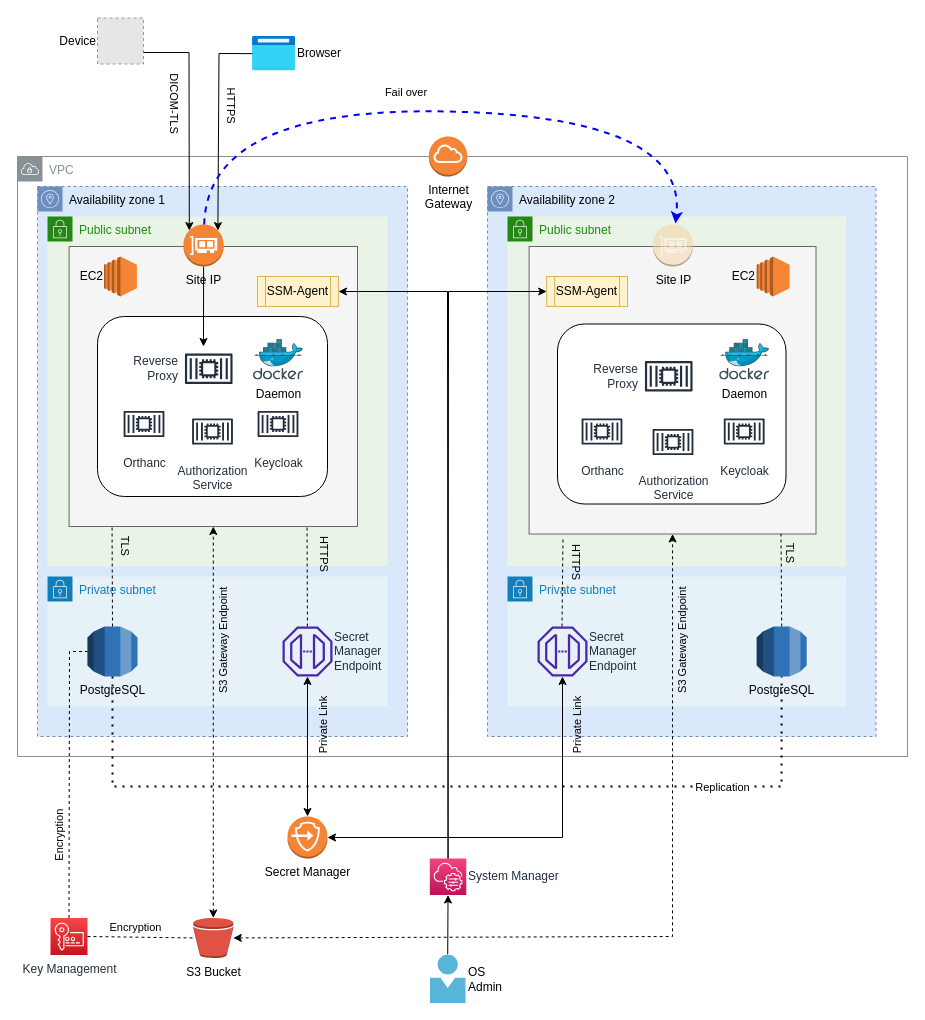
Earlier version of the draw.io diagram page "Architecture" (2 of 3) of docs/assets/diagrams/Orthweb.drawio (digihunch/orthweb). Source tidied: cells renumbered, new cells numbered last; positions are measured from the earlier drawing's top-left corner, leaving out a move shared by most shapes. Both pictures are drawn from the tidied source at 100%, with x=0, y=0 at pixel (17, 18). Pictures stored in the file or linked from it are replaced by grey dashed boxes.
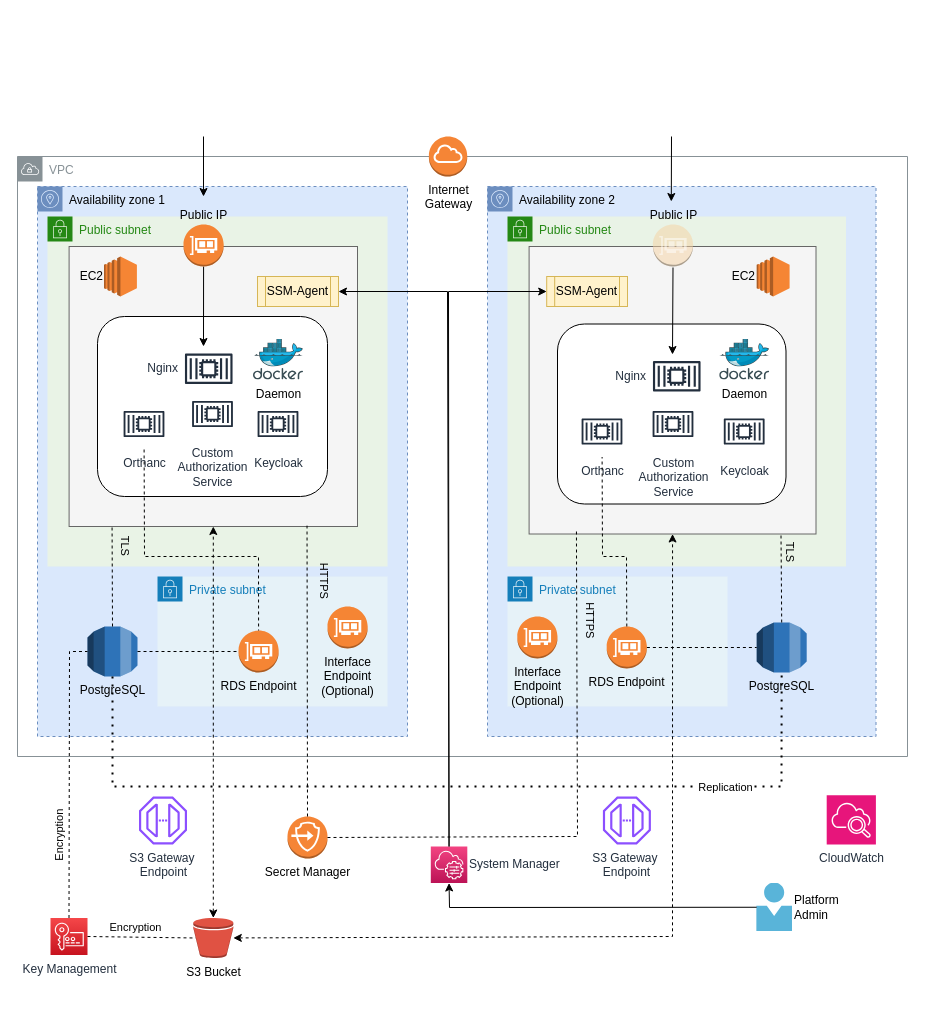
The same diagram, later.

Unchanged cells that the change refers to:
```xml
<mxCell id="5" style="rounded=0;whiteSpace=wrap;html=1;fillColor=#f5f5f5;strokeColor=#666666;fontColor=#333333;" parent="1" vertex="1">
  <mxGeometry x="51.6" y="228" width="288.4" height="280" as="geometry" />
</mxCell>
<mxCell id="11" value="PostgreSQL" style="outlineConnect=0;dashed=0;verticalLabelPosition=bottom;verticalAlign=top;align=center;html=1;shape=mxgraph.aws3.rds;fillColor=#2E73B8;gradientColor=none;labelPosition=center;" parent="1" vertex="1">
  <mxGeometry x="70" y="608" width="50" height="50" as="geometry" />
</mxCell>
<mxCell id="15" value="Orthanc" style="sketch=0;outlineConnect=0;fontColor=#232F3E;gradientColor=none;strokeColor=#232F3E;fillColor=#ffffff;dashed=0;verticalLabelPosition=bottom;verticalAlign=top;align=center;html=1;fontSize=12;fontStyle=0;shape=mxgraph.aws4.resourceIcon;resIcon=mxgraph.aws4.container_2;labelPosition=center;" parent="1" vertex="1">
  <mxGeometry x="101" y="380" width="51" height="51" as="geometry" />
</mxCell>
<mxCell id="18" value="Secret Manager" style="outlineConnect=0;dashed=0;verticalLabelPosition=bottom;verticalAlign=top;align=center;html=1;shape=mxgraph.aws3.endpoints;fillColor=#F58536;gradientColor=none;" parent="1" vertex="1">
  <mxGeometry x="270" y="798" width="40" height="42" as="geometry" />
</mxCell>
<mxCell id="23" style="endArrow=classic;startArrow=classic;html=1;rounded=0;exitX=0.5;exitY=0;exitDx=0;exitDy=0;exitPerimeter=0;entryX=0.5;entryY=1;entryDx=0;entryDy=0;dashed=1;" parent="1" edge="1" source="19" target="5">
  <mxGeometry relative="1" as="geometry" />
</mxCell>
<mxCell id="46" style="endArrow=classic;startArrow=classic;html=1;rounded=0;dashed=1;entryX=0.5;entryY=1;entryDx=0;entryDy=0;" parent="1" edge="1" source="19" target="48">
  <mxGeometry relative="1" as="geometry">
    <Array as="points">
      <mxPoint x="655" y="918" />
    </Array>
  </mxGeometry>
</mxCell>
<mxCell id="48" style="rounded=0;whiteSpace=wrap;html=1;fillColor=#f5f5f5;strokeColor=#666666;fontColor=#333333;" parent="1" vertex="1">
  <mxGeometry x="511.6" y="228" width="286.9" height="287.5" as="geometry" />
</mxCell>
<mxCell id="52" value="Orthanc" style="sketch=0;outlineConnect=0;fontColor=#232F3E;gradientColor=none;strokeColor=#232F3E;fillColor=#ffffff;dashed=0;verticalLabelPosition=bottom;verticalAlign=top;align=center;html=1;fontSize=12;fontStyle=0;shape=mxgraph.aws4.resourceIcon;resIcon=mxgraph.aws4.container_2;labelPosition=center;" parent="1" vertex="1">
  <mxGeometry x="559" y="387.5" width="51" height="51" as="geometry" />
</mxCell>
```

Change to the diagram source:
```diff
@@
     <mxCell id="6" value="Private subnet" style="gradientColor=none;html=1;whiteSpace=wrap;fontSize=12;fontStyle=0;shape=mxgraph.aws4.group;grIcon=mxgraph.aws4.group_security_group;grStroke=0;strokeColor=#147EBA;fillColor=#E6F2F8;verticalAlign=top;align=left;spacingLeft=30;fontColor=#147EBA;dashed=0;" parent="1" vertex="1">
-      <mxGeometry x="30" y="558" width="340" height="130" as="geometry" />
+      <mxGeometry x="140" y="558" width="230" height="130" as="geometry" />
     </mxCell>
@@
     <mxCell id="10" value="Private subnet" style="gradientColor=none;html=1;whiteSpace=wrap;fontSize=12;fontStyle=0;shape=mxgraph.aws4.group;grIcon=mxgraph.aws4.group_security_group;grStroke=0;strokeColor=#147EBA;fillColor=#E6F2F8;verticalAlign=top;align=left;spacingLeft=30;fontColor=#147EBA;dashed=0;" parent="1" vertex="1">
-      <mxGeometry x="490" y="558" width="338.5" height="130" as="geometry" />
+      <mxGeometry x="490" y="558" width="220" height="130" as="geometry" />
     </mxCell>
@@
-    <mxCell id="12" value="Browser" style="html=1;points=[];align=left;image;fontSize=12;image=img/lib/azure2/general/Browser.svg;labelPosition=right;verticalLabelPosition=middle;verticalAlign=middle;" parent="1" vertex="1">
-      <mxGeometry x="235" y="18" width="43.1" height="34.5" as="geometry" />
-    </mxCell>
@@
-    <mxCell id="14" value="Reverse&lt;div&gt;Proxy&lt;/div&gt;" style="sketch=0;fontColor=#232F3E;gradientColor=none;strokeColor=#232F3E;fillColor=#ffffff;dashed=0;verticalLabelPosition=middle;verticalAlign=middle;align=right;html=1;fontSize=12;fontStyle=0;shape=mxgraph.aws4.resourceIcon;resIcon=mxgraph.aws4.container_2;labelPosition=left;" parent="1" vertex="1">
+    <mxCell id="14" value="Nginx" style="sketch=0;fontColor=#232F3E;gradientColor=none;strokeColor=#232F3E;fillColor=#ffffff;dashed=0;verticalLabelPosition=middle;verticalAlign=middle;align=right;html=1;fontSize=12;fontStyle=0;shape=mxgraph.aws4.resourceIcon;resIcon=mxgraph.aws4.container_2;labelPosition=left;" parent="1" vertex="1">
       <mxGeometry x="161.5" y="320.5" width="59.5" height="59.5" as="geometry" />
     </mxCell>
@@
-    <mxCell id="16" value="Device" style="fillColor=#E6E6E6;strokeColor=#999999;dashed=1;html=1;verticalAlign=middle;verticalLabelPosition=middle;labelBackgroundColor=#ffffff;labelPosition=left;align=right;" parent="1" vertex="1">
-      <mxGeometry x="80" y="-0.5" width="46" height="46" as="geometry" />
-    </mxCell>
-    <mxCell id="17" value="OS&lt;div&gt;Admin&lt;/div&gt;" style="sketch=0;html=1;points=[];align=left;image;fontSize=12;image=img/lib/mscae/Person.svg;labelPosition=right;verticalLabelPosition=middle;verticalAlign=middle;" parent="1" vertex="1">
-      <mxGeometry x="412.8" y="936.5" width="35.9" height="48.5" as="geometry" />
+    <mxCell id="17" value="Platform&lt;div&gt;Admin&lt;/div&gt;" style="sketch=0;html=1;points=[];align=left;image;fontSize=12;image=img/lib/mscae/Person.svg;labelPosition=right;verticalLabelPosition=middle;verticalAlign=middle;" parent="1" vertex="1">
+      <mxGeometry x="739.2" y="864.5" width="35.9" height="48.5" as="geometry" />
     </mxCell>
@@
-    <mxCell id="20" value="Authorization&lt;div&gt;Service&lt;/div&gt;" style="sketch=0;fontColor=#232F3E;gradientColor=none;strokeColor=#232F3E;fillColor=#ffffff;dashed=0;verticalLabelPosition=bottom;verticalAlign=top;align=center;html=1;fontSize=12;fontStyle=0;shape=mxgraph.aws4.resourceIcon;resIcon=mxgraph.aws4.container_2;labelPosition=center;" parent="1" vertex="1">
-      <mxGeometry x="169.5" y="387.5" width="51" height="51" as="geometry" />
+    <mxCell id="20" value="&lt;div&gt;Custom&lt;/div&gt;Authorization&lt;div&gt;Service&lt;/div&gt;" style="sketch=0;fontColor=#232F3E;gradientColor=none;strokeColor=#232F3E;fillColor=#ffffff;dashed=0;verticalLabelPosition=bottom;verticalAlign=top;align=center;html=1;fontSize=12;fontStyle=0;shape=mxgraph.aws4.resourceIcon;resIcon=mxgraph.aws4.container_2;labelPosition=center;" parent="1" vertex="1">
+      <mxGeometry x="169.5" y="370" width="51" height="51" as="geometry" />
     </mxCell>
@@
-    <mxCell id="22" value="Secret&lt;br&gt;Manager&lt;br&gt;Endpoint" style="sketch=0;outlineConnect=0;fontColor=#232F3E;gradientColor=none;fillColor=#4D27AA;strokeColor=none;dashed=0;verticalLabelPosition=middle;verticalAlign=middle;align=left;html=1;fontSize=12;fontStyle=0;shape=mxgraph.aws4.endpoint;labelPosition=right;" parent="1" vertex="1">
-      <mxGeometry x="265" y="608" width="50" height="50" as="geometry" />
-    </mxCell>
@@
-    <mxCell id="24" value="S3 Gateway Endpoint" style="edgeLabel;html=1;align=center;verticalAlign=middle;rotation=-90;labelBackgroundColor=none;" parent="23" vertex="1">
-      <mxGeometry x="-0.6" relative="1" as="geometry">
-        <mxPoint x="10" y="-199" as="offset" />
-      </mxGeometry>
-    </mxCell>
-    <mxCell id="25" style="endArrow=classic;startArrow=classic;html=1;rounded=0;" parent="1" edge="1" source="18" target="22">
-      <mxGeometry relative="1" as="geometry" />
-    </mxCell>
-    <mxCell id="26" value="Private Link" style="edgeLabel;html=1;align=center;verticalAlign=middle;rotation=-90;labelBackgroundColor=none;" parent="25" vertex="1">
-      <mxGeometry x="0.51" y="1" relative="1" as="geometry">
-        <mxPoint x="16" y="16" as="offset" />
-      </mxGeometry>
-    </mxCell>
-    <mxCell id="27" style="endArrow=none;dashed=1;html=1;rounded=0;entryX=0.825;entryY=0.997;entryDx=0;entryDy=0;entryPerimeter=0;" parent="1" edge="1" source="22" target="5">
+    <mxCell id="27" style="endArrow=none;dashed=1;html=1;rounded=0;entryX=0.825;entryY=0.997;entryDx=0;entryDy=0;entryPerimeter=0;exitX=0.5;exitY=0;exitDx=0;exitDy=0;exitPerimeter=0;" parent="1" edge="1" source="18" target="5">
       <mxGeometry relative="1" as="geometry" />
     </mxCell>
@@
-    <mxCell id="35" style="endArrow=classic;html=1;rounded=0;entryX=0.145;entryY=0.145;entryDx=0;entryDy=0;entryPerimeter=0;exitX=1;exitY=0.75;exitDx=0;exitDy=0;" parent="1" edge="1" source="16" target="39">
-      <mxGeometry relative="1" as="geometry">
-        <Array as="points">
-          <mxPoint x="171.5" y="34" />
-        </Array>
-      </mxGeometry>
-    </mxCell>
-    <mxCell id="36" value="DICOM-TLS" style="edgeLabel;html=1;align=center;verticalAlign=middle;rotation=90;" parent="35" vertex="1">
-      <mxGeometry x="-0.72" relative="1" as="geometry">
-        <mxPoint x="1" y="50" as="offset" />
-      </mxGeometry>
-    </mxCell>
-    <mxCell id="37" style="endArrow=classic;html=1;rounded=0;entryX=0.855;entryY=0.145;entryDx=0;entryDy=0;entryPerimeter=0;" parent="1" edge="1" source="12" target="39">
-      <mxGeometry relative="1" as="geometry">
-        <Array as="points">
-          <mxPoint x="201.5" y="35" />
-        </Array>
-      </mxGeometry>
-    </mxCell>
-    <mxCell id="38" value="HTTPS" style="edgeLabel;html=1;align=center;verticalAlign=middle;rotation=90;" parent="37" vertex="1">
-      <mxGeometry x="-0.82" relative="1" as="geometry">
-        <mxPoint x="-1" y="51" as="offset" />
-      </mxGeometry>
-    </mxCell>
-    <mxCell id="39" value="Site IP" style="outlineConnect=0;dashed=0;verticalLabelPosition=bottom;verticalAlign=top;align=center;html=1;shape=mxgraph.aws3.elastic_network_interface;fillColor=#F58534;gradientColor=none;" parent="1" vertex="1">
+    <mxCell id="39" value="Public IP" style="outlineConnect=0;dashed=0;verticalLabelPosition=top;verticalAlign=bottom;align=center;html=1;shape=mxgraph.aws3.elastic_network_interface;fillColor=#F58534;gradientColor=none;labelPosition=center;" parent="1" vertex="1">
       <mxGeometry x="166" y="206" width="40.2" height="42" as="geometry" />
     </mxCell>
     <mxCell id="40" value="PostgreSQL" style="outlineConnect=0;dashed=0;verticalLabelPosition=bottom;verticalAlign=top;align=center;html=1;shape=mxgraph.aws3.rds;fillColor=#2E73B8;gradientColor=none;labelPosition=center;" parent="1" vertex="1">
-      <mxGeometry x="739.2" y="608" width="50" height="50" as="geometry" />
+      <mxGeometry x="739.2" y="604" width="50" height="50" as="geometry" />
     </mxCell>
-    <mxCell id="41" value="Secret&lt;br&gt;Manager&lt;br&gt;Endpoint" style="sketch=0;outlineConnect=0;fontColor=#232F3E;gradientColor=none;fillColor=#4D27AA;strokeColor=none;dashed=0;verticalLabelPosition=middle;verticalAlign=middle;align=left;html=1;fontSize=12;fontStyle=0;shape=mxgraph.aws4.endpoint;labelPosition=right;" parent="1" vertex="1">
-      <mxGeometry x="520" y="608" width="50" height="50" as="geometry" />
-    </mxCell>
@@
-    <mxCell id="44" style="endArrow=classic;startArrow=classic;html=1;rounded=0;exitX=1;exitY=0.5;exitDx=0;exitDy=0;exitPerimeter=0;" parent="1" edge="1" source="18" target="41">
-      <mxGeometry relative="1" as="geometry">
-        <Array as="points">
-          <mxPoint x="545" y="819" />
-        </Array>
-      </mxGeometry>
-    </mxCell>
-    <mxCell id="45" value="Private Link" style="edgeLabel;html=1;align=center;verticalAlign=middle;rotation=-90;labelBackgroundColor=none;" parent="44" vertex="1">
-      <mxGeometry x="0.51" y="1" relative="1" as="geometry">
-        <mxPoint x="15" y="-47" as="offset" />
-      </mxGeometry>
-    </mxCell>
@@
-    <mxCell id="47" value="S3 Gateway Endpoint" style="edgeLabel;html=1;align=center;verticalAlign=middle;rotation=-90;labelBackgroundColor=none;" parent="46" vertex="1">
-      <mxGeometry x="0.25" y="-3" relative="1" as="geometry">
-        <mxPoint x="6" y="-208" as="offset" />
-      </mxGeometry>
-    </mxCell>
@@
-    <mxCell id="51" value="Reverse&lt;div&gt;Proxy&lt;/div&gt;" style="sketch=0;fontColor=#232F3E;gradientColor=none;strokeColor=#232F3E;fillColor=#ffffff;dashed=0;verticalLabelPosition=middle;verticalAlign=middle;align=right;html=1;fontSize=12;fontStyle=0;shape=mxgraph.aws4.resourceIcon;resIcon=mxgraph.aws4.container_2;labelPosition=left;" parent="1" vertex="1">
-      <mxGeometry x="621.5" y="328" width="59.5" height="59.5" as="geometry" />
+    <mxCell id="51" value="Nginx" style="sketch=0;fontColor=#232F3E;gradientColor=none;strokeColor=#232F3E;fillColor=#ffffff;dashed=0;verticalLabelPosition=middle;verticalAlign=middle;align=right;html=1;fontSize=12;fontStyle=0;shape=mxgraph.aws4.resourceIcon;resIcon=mxgraph.aws4.container_2;labelPosition=left;" parent="1" vertex="1">
+      <mxGeometry x="629.5" y="328" width="59.5" height="59.5" as="geometry" />
     </mxCell>
@@
-    <mxCell id="53" value="Authorization&lt;div&gt;Service&lt;/div&gt;" style="sketch=0;fontColor=#232F3E;gradientColor=none;strokeColor=#232F3E;fillColor=#ffffff;dashed=0;verticalLabelPosition=bottom;verticalAlign=top;align=center;html=1;fontSize=12;fontStyle=0;shape=mxgraph.aws4.resourceIcon;resIcon=mxgraph.aws4.container_2;labelPosition=center;" parent="1" vertex="1">
-      <mxGeometry x="630" y="398" width="51" height="51" as="geometry" />
+    <mxCell id="53" value="&lt;div&gt;Custom&lt;/div&gt;Authorization&lt;div&gt;Service&lt;/div&gt;" style="sketch=0;fontColor=#232F3E;gradientColor=none;strokeColor=#232F3E;fillColor=#ffffff;dashed=0;verticalLabelPosition=bottom;verticalAlign=top;align=center;html=1;fontSize=12;fontStyle=0;shape=mxgraph.aws4.resourceIcon;resIcon=mxgraph.aws4.container_2;labelPosition=center;" parent="1" vertex="1">
+      <mxGeometry x="630" y="380" width="51" height="51" as="geometry" />
     </mxCell>
@@
-    <mxCell id="58" style="endArrow=none;dashed=1;html=1;rounded=0;" parent="1" edge="1">
+    <mxCell id="58" style="endArrow=none;dashed=1;html=1;rounded=0;exitX=1;exitY=0.5;exitDx=0;exitDy=0;exitPerimeter=0;entryX=0.165;entryY=0.991;entryDx=0;entryDy=0;entryPerimeter=0;" parent="1" edge="1" source="18" target="48">
       <mxGeometry relative="1" as="geometry">
-        <mxPoint x="544.5" y="608" as="sourcePoint" />
-        <mxPoint x="545.5" y="518" as="targetPoint" />
+        <Array as="points">
+          <mxPoint x="560" y="818" />
+        </Array>
       </mxGeometry>
     </mxCell>
@@
-    <mxCell id="62" style="curved=1;endArrow=classic;html=1;rounded=0;strokeWidth=2;strokeColor=#0000FF;dashed=1;" parent="1" edge="1" source="39" target="64">
-      <mxGeometry relative="1" as="geometry">
-        <Array as="points">
-          <mxPoint x="190" y="88" />
-          <mxPoint x="670" y="98" />
-        </Array>
-      </mxGeometry>
-    </mxCell>
-    <mxCell id="63" value="Fail over&amp;nbsp;" style="edgeLabel;html=1;align=center;verticalAlign=middle;labelBackgroundColor=none;rotation=0;" parent="62" vertex="1">
-      <mxGeometry x="-0.02" y="-1" relative="1" as="geometry">
-        <mxPoint x="-28" y="-20" as="offset" />
-      </mxGeometry>
-    </mxCell>
-    <mxCell id="64" value="Site IP" style="outlineConnect=0;dashed=0;verticalLabelPosition=bottom;verticalAlign=top;align=center;html=1;shape=mxgraph.aws3.elastic_network_interface;fillColor=#F5D1A2;gradientColor=none;fillStyle=auto;opacity=50;shadow=0;sketch=0;perimeterSpacing=1;" parent="1" vertex="1">
+    <mxCell id="64" value="Public IP" style="outlineConnect=0;dashed=0;verticalLabelPosition=top;verticalAlign=bottom;align=center;html=1;shape=mxgraph.aws3.elastic_network_interface;fillColor=#F5D1A2;gradientColor=none;fillStyle=auto;opacity=50;shadow=0;sketch=0;perimeterSpacing=1;labelPosition=center;" parent="1" vertex="1">
       <mxGeometry x="635.4" y="206" width="40.2" height="42" as="geometry" />
     </mxCell>
     <mxCell id="65" value="System Manager" style="sketch=0;points=[[0,0,0],[0.25,0,0],[0.5,0,0],[0.75,0,0],[1,0,0],[0,1,0],[0.25,1,0],[0.5,1,0],[0.75,1,0],[1,1,0],[0,0.25,0],[0,0.5,0],[0,0.75,0],[1,0.25,0],[1,0.5,0],[1,0.75,0]];points=[[0,0,0],[0.25,0,0],[0.5,0,0],[0.75,0,0],[1,0,0],[0,1,0],[0.25,1,0],[0.5,1,0],[0.75,1,0],[1,1,0],[0,0.25,0],[0,0.5,0],[0,0.75,0],[1,0.25,0],[1,0.5,0],[1,0.75,0]];outlineConnect=0;fontColor=#232F3E;gradientColor=#F34482;gradientDirection=north;fillColor=#BC1356;strokeColor=#ffffff;dashed=0;verticalLabelPosition=middle;verticalAlign=middle;align=left;html=1;fontSize=12;fontStyle=0;shape=mxgraph.aws4.resourceIcon;resIcon=mxgraph.aws4.systems_manager;labelPosition=right;" parent="1" vertex="1">
-      <mxGeometry x="412.3" y="840" width="36.5" height="36.5" as="geometry" />
+      <mxGeometry x="413.3" y="828" width="36.5" height="36.5" as="geometry" />
     </mxCell>
@@
-    <mxCell id="69" style="endArrow=classic;html=1;rounded=0;exitX=0.485;exitY=-0.01;exitDx=0;exitDy=0;exitPerimeter=0;entryX=0.5;entryY=1;entryDx=0;entryDy=0;entryPerimeter=0;" parent="1" edge="1" source="17" target="65">
-      <mxGeometry relative="1" as="geometry" />
+    <mxCell id="69" style="endArrow=classic;html=1;rounded=0;entryX=0.5;entryY=1;entryDx=0;entryDy=0;entryPerimeter=0;" parent="1" edge="1" source="17" target="65">
+      <mxGeometry relative="1" as="geometry">
+        <Array as="points">
+          <mxPoint x="432" y="889" />
+        </Array>
+      </mxGeometry>
     </mxCell>
@@
+    <mxCell id="73" value="S3 Gateway&amp;nbsp;&lt;div&gt;Endpoint&lt;/div&gt;" style="sketch=0;fontColor=#232F3E;gradientColor=none;fillColor=#8C4FFF;strokeColor=none;dashed=0;verticalLabelPosition=bottom;verticalAlign=top;align=center;html=1;fontSize=12;fontStyle=0;shape=mxgraph.aws4.endpoint;" parent="1" vertex="1">
+      <mxGeometry x="585.4" y="778" width="48" height="48" as="geometry" />
+    </mxCell>
+    <mxCell id="74" value="RDS Endpoint" style="outlineConnect=0;dashed=0;verticalLabelPosition=bottom;verticalAlign=top;align=center;html=1;shape=mxgraph.aws3.elastic_network_interface;fillColor=#F58534;gradientColor=none;" parent="1" vertex="1">
+      <mxGeometry x="589.2" y="608" width="40.2" height="42" as="geometry" />
+    </mxCell>
+    <mxCell id="75" style="endArrow=classic;html=1;rounded=0;exitX=0.5;exitY=1;exitDx=0;exitDy=0;exitPerimeter=0;" parent="1" edge="1" source="64">
+      <mxGeometry relative="1" as="geometry">
+        <mxPoint x="655" y="336" as="targetPoint" />
+      </mxGeometry>
+    </mxCell>
+    <mxCell id="76" value="RDS Endpoint" style="outlineConnect=0;dashed=0;verticalLabelPosition=bottom;verticalAlign=top;align=center;html=1;shape=mxgraph.aws3.elastic_network_interface;fillColor=#F58534;gradientColor=none;" parent="1" vertex="1">
+      <mxGeometry x="221" y="612" width="40.2" height="42" as="geometry" />
+    </mxCell>
+    <mxCell id="77" style="endArrow=none;dashed=1;html=1;rounded=0;exitX=0.5;exitY=0;exitDx=0;exitDy=0;exitPerimeter=0;" parent="1" edge="1" source="74" target="52">
+      <mxGeometry relative="1" as="geometry">
+        <Array as="points">
+          <mxPoint x="609" y="538" />
+          <mxPoint x="585" y="538" />
+        </Array>
+      </mxGeometry>
+    </mxCell>
+    <mxCell id="78" style="endArrow=none;dashed=1;html=1;rounded=0;entryX=0.5;entryY=0;entryDx=0;entryDy=0;entryPerimeter=0;" parent="1" edge="1" source="15" target="76">
+      <mxGeometry relative="1" as="geometry">
+        <Array as="points">
+          <mxPoint x="127" y="538" />
+          <mxPoint x="241" y="538" />
+        </Array>
+      </mxGeometry>
+    </mxCell>
+    <mxCell id="79" style="endArrow=none;dashed=1;html=1;rounded=0;exitX=1;exitY=0.5;exitDx=0;exitDy=0;exitPerimeter=0;entryX=0;entryY=0.5;entryDx=0;entryDy=0;entryPerimeter=0;" parent="1" edge="1" source="11" target="76">
+      <mxGeometry relative="1" as="geometry" />
+    </mxCell>
+    <mxCell id="80" style="endArrow=none;dashed=1;html=1;rounded=0;exitX=1;exitY=0.5;exitDx=0;exitDy=0;exitPerimeter=0;entryX=0;entryY=0.5;entryDx=0;entryDy=0;entryPerimeter=0;" parent="1" edge="1" source="74" target="40">
+      <mxGeometry relative="1" as="geometry" />
+    </mxCell>
+    <mxCell id="81" value="S3 Gateway&amp;nbsp;&lt;div&gt;Endpoint&lt;/div&gt;" style="sketch=0;fontColor=#232F3E;gradientColor=none;fillColor=#8C4FFF;strokeColor=none;dashed=0;verticalLabelPosition=bottom;verticalAlign=top;align=center;html=1;fontSize=12;fontStyle=0;shape=mxgraph.aws4.endpoint;" parent="1" vertex="1">
+      <mxGeometry x="121.5" y="778" width="48" height="48" as="geometry" />
+    </mxCell>
+    <mxCell id="82" style="endArrow=classic;html=1;rounded=0;" parent="1" edge="1">
+      <mxGeometry relative="1" as="geometry">
+        <mxPoint x="654" y="118" as="sourcePoint" />
+        <mxPoint x="653.8" y="183" as="targetPoint" />
+      </mxGeometry>
+    </mxCell>
+    <mxCell id="83" style="endArrow=classic;html=1;rounded=0;" parent="1" edge="1">
+      <mxGeometry relative="1" as="geometry">
+        <mxPoint x="186" y="118" as="sourcePoint" />
+        <mxPoint x="186" y="178" as="targetPoint" />
+      </mxGeometry>
+    </mxCell>
+    <mxCell id="84" value="Interface&lt;br&gt;Endpoint&lt;div&gt;(Optional)&lt;/div&gt;" style="dashed=0;verticalLabelPosition=bottom;verticalAlign=top;align=center;html=1;shape=mxgraph.aws3.elastic_network_interface;fillColor=#F58534;gradientColor=none;" parent="1" vertex="1">
+      <mxGeometry x="310" y="588" width="40.2" height="42" as="geometry" />
+    </mxCell>
+    <mxCell id="85" value="Interface&lt;br&gt;Endpoint&lt;div&gt;(Optional)&lt;/div&gt;" style="dashed=0;verticalLabelPosition=bottom;verticalAlign=top;align=center;html=1;shape=mxgraph.aws3.elastic_network_interface;fillColor=#F58534;gradientColor=none;" parent="1" vertex="1">
+      <mxGeometry x="499.8" y="598" width="40.2" height="42" as="geometry" />
+    </mxCell>
+    <mxCell id="86" value="CloudWatch" style="sketch=0;fontColor=#232F3E;fillColor=#E7157B;strokeColor=#ffffff;dashed=0;verticalLabelPosition=bottom;verticalAlign=top;align=center;html=1;fontSize=12;fontStyle=0;shape=mxgraph.aws4.resourceIcon;resIcon=mxgraph.aws4.cloudwatch_2;" parent="1" vertex="1">
+      <mxGeometry x="809.2" y="776.8" width="49.2" height="49.2" as="geometry" />
+    </mxCell>
```
